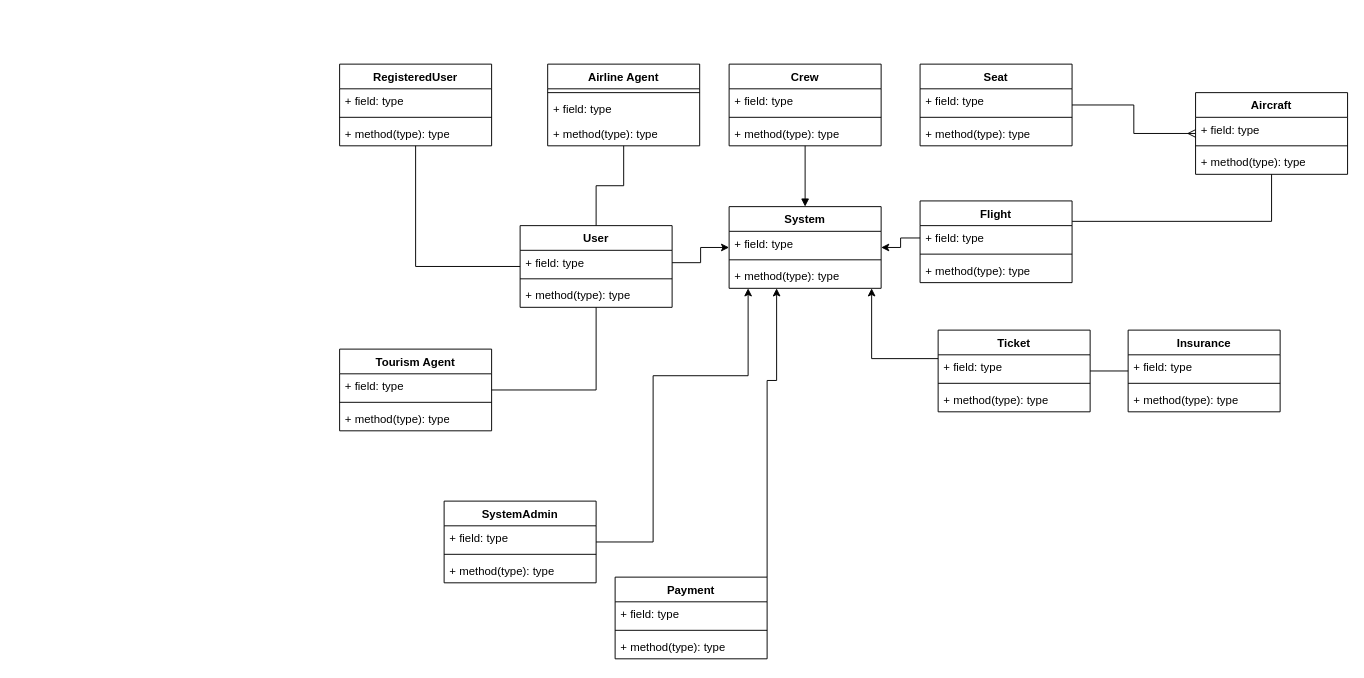
Above: Diagrams/ConceptualModel.drawio in jsugimoto99/ENSF-614---Group-12 (draw.io), before the change. Source tidied: cells renumbered, new cells numbered last; positions are measured from the earlier drawing's top-left corner, leaving out a move shared by most shapes. Both pictures are drawn from the tidied source at 95%, with x=0, y=0 at pixel (339, 64).
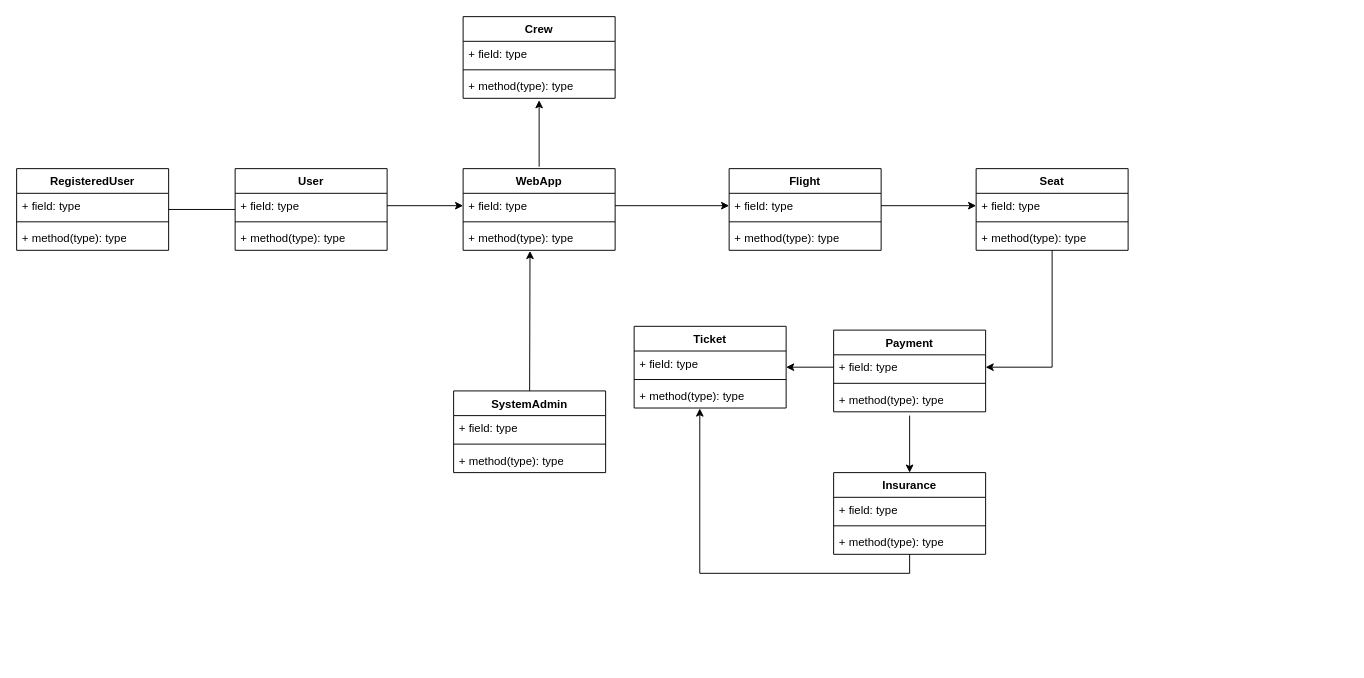
After the change.

Commit message:
Updated conceptual model

The change refers to these unchanged cells:
```xml
<mxCell id="4" value="+ field: type" style="text;strokeColor=none;fillColor=none;align=left;verticalAlign=top;spacingLeft=4;spacingRight=4;overflow=hidden;points=[[0,0.5],[1,0.5]];portConstraint=eastwest;whiteSpace=wrap;html=1;" parent="3" vertex="1">
  <mxGeometry y="26" width="160" height="26" as="geometry" />
</mxCell>
<mxCell id="13" value="+ field: type" style="text;strokeColor=none;fillColor=none;align=left;verticalAlign=top;spacingLeft=4;spacingRight=4;overflow=hidden;points=[[0,0.5],[1,0.5]];portConstraint=eastwest;whiteSpace=wrap;html=1;" parent="12" vertex="1">
  <mxGeometry y="26" width="160" height="26" as="geometry" />
</mxCell>
<mxCell id="18" value="+ field: type" style="text;strokeColor=none;fillColor=none;align=left;verticalAlign=top;spacingLeft=4;spacingRight=4;overflow=hidden;points=[[0,0.5],[1,0.5]];portConstraint=eastwest;whiteSpace=wrap;html=1;" parent="17" vertex="1">
  <mxGeometry y="26" width="160" height="26" as="geometry" />
</mxCell>
<mxCell id="40" value="+ method(type): type" style="text;strokeColor=none;fillColor=none;align=left;verticalAlign=top;spacingLeft=4;spacingRight=4;overflow=hidden;points=[[0,0.5],[1,0.5]];portConstraint=eastwest;whiteSpace=wrap;html=1;" parent="37" vertex="1">
  <mxGeometry y="60" width="160" height="26" as="geometry" />
</mxCell>
<mxCell id="63" value="+ field: type" style="text;strokeColor=none;fillColor=none;align=left;verticalAlign=top;spacingLeft=4;spacingRight=4;overflow=hidden;points=[[0,0.5],[1,0.5]];portConstraint=eastwest;whiteSpace=wrap;html=1;" parent="62" vertex="1">
  <mxGeometry y="26" width="160" height="26" as="geometry" />
</mxCell>
```

Diff of the diagram source:
```diff
@@
-    <mxCell id="2" style="edgeStyle=orthogonalEdgeStyle;rounded=0;jettySize=auto;html=1;endArrow=none;endFill=0;" parent="1" edge="1" source="3" target="51">
-      <mxGeometry relative="1" as="geometry" />
-    </mxCell>
     <mxCell id="3" value="User" style="swimlane;fontStyle=1;align=center;verticalAlign=top;horizontal=1;startSize=26;whiteSpace=wrap;html=1;" parent="1" vertex="1">
-      <mxGeometry x="190" y="170" width="160" height="86" as="geometry" />
+      <mxGeometry x="-110" y="110" width="160" height="86" as="geometry" />
     </mxCell>
@@
     <mxCell id="7" style="edgeStyle=orthogonalEdgeStyle;rounded=0;jettySize=auto;html=1;endArrow=none;endFill=0;" parent="1" edge="1" source="8" target="3">
       <mxGeometry relative="1" as="geometry">
         <Array as="points">
-          <mxPoint x="80" y="213" />
+          <mxPoint x="-220" y="153" />
         </Array>
       </mxGeometry>
     </mxCell>
     <mxCell id="8" value="RegisteredUser" style="swimlane;fontStyle=1;align=center;verticalAlign=top;horizontal=1;startSize=26;whiteSpace=wrap;html=1;" parent="1" vertex="1">
-      <mxGeometry width="160" height="86" as="geometry" />
+      <mxGeometry x="-340" y="110" width="160" height="86" as="geometry" />
     </mxCell>
@@
+    <mxCell id="66" style="edgeStyle=orthogonalEdgeStyle;rounded=0;jettySize=auto;html=1;entryX=1;entryY=0.5;entryDx=0;entryDy=0;" parent="1" edge="1" target="63">
+      <mxGeometry relative="1" as="geometry">
+        <mxPoint x="750" y="196" as="sourcePoint" />
+        <Array as="points">
+          <mxPoint x="750" y="319" />
+        </Array>
+      </mxGeometry>
+    </mxCell>
     <mxCell id="12" value="Seat" style="swimlane;fontStyle=1;align=center;verticalAlign=top;horizontal=1;startSize=26;whiteSpace=wrap;html=1;" parent="1" vertex="1">
-      <mxGeometry x="611" width="160" height="86" as="geometry" />
+      <mxGeometry x="670" y="110" width="160" height="86" as="geometry" />
     </mxCell>
@@
-    <mxCell id="16" style="edgeStyle=orthogonalEdgeStyle;rounded=0;jettySize=auto;html=1;exitX=1;exitY=0.25;exitDx=0;exitDy=0;endArrow=none;endFill=0;" parent="1" edge="1" source="17" target="42">
-      <mxGeometry relative="1" as="geometry" />
-    </mxCell>
     <mxCell id="17" value="Flight" style="swimlane;fontStyle=1;align=center;verticalAlign=top;horizontal=1;startSize=26;whiteSpace=wrap;html=1;" parent="1" vertex="1">
-      <mxGeometry x="611" y="144" width="160" height="86" as="geometry" />
+      <mxGeometry x="410" y="110" width="160" height="86" as="geometry" />
     </mxCell>
@@
+    <mxCell id="31" value="SystemAdmin" style="swimlane;fontStyle=1;align=center;verticalAlign=top;horizontal=1;startSize=26;whiteSpace=wrap;html=1;" parent="1" vertex="1">
+      <mxGeometry x="120" y="344" width="160" height="86" as="geometry" />
+    </mxCell>
+    <mxCell id="32" value="+ field: type" style="text;strokeColor=none;fillColor=none;align=left;verticalAlign=top;spacingLeft=4;spacingRight=4;overflow=hidden;whiteSpace=wrap;html=1;" parent="31" vertex="1">
+      <mxGeometry y="26" width="160" height="26" as="geometry" />
+    </mxCell>
+    <mxCell id="33" style="line;strokeWidth=1;fillColor=none;align=left;verticalAlign=middle;spacingTop=-1;spacingLeft=3;spacingRight=3;labelPosition=right;strokeColor=inherit;" parent="31" vertex="1">
+      <mxGeometry y="52" width="160" height="8" as="geometry" />
+    </mxCell>
+    <mxCell id="34" value="+ method(type): type" style="text;strokeColor=none;fillColor=none;align=left;verticalAlign=top;spacingLeft=4;spacingRight=4;overflow=hidden;whiteSpace=wrap;html=1;" parent="31" vertex="1">
+      <mxGeometry y="60" width="160" height="26" as="geometry" />
+    </mxCell>
+    <mxCell id="67" style="edgeStyle=orthogonalEdgeStyle;rounded=0;jettySize=auto;html=1;exitX=0.5;exitY=1;exitDx=0;exitDy=0;entryX=0.432;entryY=1.02;entryDx=0;entryDy=0;entryPerimeter=0;" parent="1" edge="1" source="21" target="40">
+      <mxGeometry relative="1" as="geometry" />
+    </mxCell>
     <mxCell id="21" value="Insurance" style="swimlane;fontStyle=1;align=center;verticalAlign=top;horizontal=1;startSize=26;whiteSpace=wrap;html=1;" parent="1" vertex="1">
-      <mxGeometry x="830" y="280" width="160" height="86" as="geometry" />
+      <mxGeometry x="520" y="430" width="160" height="86" as="geometry" />
     </mxCell>
@@
-    <mxCell id="25" style="edgeStyle=orthogonalEdgeStyle;rounded=0;jettySize=auto;html=1;endArrow=none;endFill=0;" parent="1" edge="1" source="26" target="3">
-      <mxGeometry relative="1" as="geometry" />
-    </mxCell>
-    <mxCell id="26" value="Tourism Agent" style="swimlane;fontStyle=1;align=center;verticalAlign=top;horizontal=1;startSize=26;whiteSpace=wrap;html=1;" parent="1" vertex="1">
-      <mxGeometry y="300" width="160" height="86" as="geometry" />
-    </mxCell>
-    <mxCell id="27" value="+ field: type" style="text;strokeColor=none;fillColor=none;align=left;verticalAlign=top;spacingLeft=4;spacingRight=4;overflow=hidden;whiteSpace=wrap;html=1;" parent="26" vertex="1">
-      <mxGeometry y="26" width="160" height="26" as="geometry" />
-    </mxCell>
-    <mxCell id="28" style="line;strokeWidth=1;fillColor=none;align=left;verticalAlign=middle;spacingTop=-1;spacingLeft=3;spacingRight=3;labelPosition=right;strokeColor=inherit;" parent="26" vertex="1">
-      <mxGeometry y="52" width="160" height="8" as="geometry" />
-    </mxCell>
-    <mxCell id="29" value="+ method(type): type" style="text;strokeColor=none;fillColor=none;align=left;verticalAlign=top;spacingLeft=4;spacingRight=4;overflow=hidden;whiteSpace=wrap;html=1;" parent="26" vertex="1">
-      <mxGeometry y="60" width="160" height="26" as="geometry" />
-    </mxCell>
-    <mxCell id="30" style="edgeStyle=orthogonalEdgeStyle;rounded=0;jettySize=auto;html=1;" parent="1" edge="1" source="31" target="55">
-      <mxGeometry relative="1" as="geometry">
-        <Array as="points">
-          <mxPoint x="330" y="328" />
-          <mxPoint x="430" y="328" />
-        </Array>
-      </mxGeometry>
-    </mxCell>
-    <mxCell id="31" value="SystemAdmin" style="swimlane;fontStyle=1;align=center;verticalAlign=top;horizontal=1;startSize=26;whiteSpace=wrap;html=1;" parent="1" vertex="1">
-      <mxGeometry x="110" y="460" width="160" height="86" as="geometry" />
-    </mxCell>
-    <mxCell id="32" value="+ field: type" style="text;strokeColor=none;fillColor=none;align=left;verticalAlign=top;spacingLeft=4;spacingRight=4;overflow=hidden;whiteSpace=wrap;html=1;" parent="31" vertex="1">
-      <mxGeometry y="26" width="160" height="26" as="geometry" />
-    </mxCell>
-    <mxCell id="33" style="line;strokeWidth=1;fillColor=none;align=left;verticalAlign=middle;spacingTop=-1;spacingLeft=3;spacingRight=3;labelPosition=right;strokeColor=inherit;" parent="31" vertex="1">
-      <mxGeometry y="52" width="160" height="8" as="geometry" />
-    </mxCell>
-    <mxCell id="34" value="+ method(type): type" style="text;strokeColor=none;fillColor=none;align=left;verticalAlign=top;spacingLeft=4;spacingRight=4;overflow=hidden;whiteSpace=wrap;html=1;" parent="31" vertex="1">
-      <mxGeometry y="60" width="160" height="26" as="geometry" />
-    </mxCell>
-    <mxCell id="35" style="edgeStyle=orthogonalEdgeStyle;rounded=0;jettySize=auto;html=1;endArrow=none;endFill=0;" parent="1" edge="1" source="37" target="21">
-      <mxGeometry relative="1" as="geometry" />
-    </mxCell>
-    <mxCell id="36" style="edgeStyle=orthogonalEdgeStyle;rounded=0;jettySize=auto;html=1;" parent="1" edge="1" source="37" target="55">
-      <mxGeometry relative="1" as="geometry">
-        <Array as="points">
-          <mxPoint x="560" y="310" />
-        </Array>
-      </mxGeometry>
-    </mxCell>
     <mxCell id="37" value="Ticket" style="swimlane;fontStyle=1;align=center;verticalAlign=top;horizontal=1;startSize=26;whiteSpace=wrap;html=1;" parent="1" vertex="1">
-      <mxGeometry x="630" y="280" width="160" height="86" as="geometry" />
+      <mxGeometry x="310" y="276" width="160" height="86" as="geometry" />
     </mxCell>
@@
-    <mxCell id="41" style="edgeStyle=orthogonalEdgeStyle;rounded=0;jettySize=auto;html=1;endArrow=none;endFill=0;startArrow=ERmany;startFill=0;" parent="1" edge="1" source="42" target="12">
-      <mxGeometry relative="1" as="geometry" />
-    </mxCell>
-    <mxCell id="42" value="Aircraft" style="swimlane;fontStyle=1;align=center;verticalAlign=top;horizontal=1;startSize=26;whiteSpace=wrap;html=1;" parent="1" vertex="1">
-      <mxGeometry x="901" y="30" width="160" height="86" as="geometry" />
-    </mxCell>
-    <mxCell id="43" value="+ field: type" style="text;strokeColor=none;fillColor=none;align=left;verticalAlign=top;spacingLeft=4;spacingRight=4;overflow=hidden;whiteSpace=wrap;html=1;" parent="42" vertex="1">
-      <mxGeometry y="26" width="160" height="26" as="geometry" />
-    </mxCell>
-    <mxCell id="44" style="line;strokeWidth=1;fillColor=none;align=left;verticalAlign=middle;spacingTop=-1;spacingLeft=3;spacingRight=3;labelPosition=right;strokeColor=inherit;" parent="42" vertex="1">
-      <mxGeometry y="52" width="160" height="8" as="geometry" />
-    </mxCell>
-    <mxCell id="45" value="+ method(type): type" style="text;strokeColor=none;fillColor=none;align=left;verticalAlign=top;spacingLeft=4;spacingRight=4;overflow=hidden;whiteSpace=wrap;html=1;" parent="42" vertex="1">
-      <mxGeometry y="60" width="160" height="26" as="geometry" />
-    </mxCell>
-    <mxCell id="46" style="edgeStyle=orthogonalEdgeStyle;rounded=0;jettySize=auto;html=1;endArrow=block;endFill=1;" parent="1" edge="1" source="47" target="55">
-      <mxGeometry relative="1" as="geometry" />
-    </mxCell>
+    <mxCell id="68" style="edgeStyle=orthogonalEdgeStyle;rounded=0;orthogonalLoop=1;jettySize=auto;html=1;" parent="1" edge="1">
+      <mxGeometry relative="1" as="geometry">
+        <mxPoint x="210" y="108" as="sourcePoint" />
+        <mxPoint x="210" y="38" as="targetPoint" />
+      </mxGeometry>
+    </mxCell>
     <mxCell id="47" value="Crew" style="swimlane;fontStyle=1;align=center;verticalAlign=top;horizontal=1;startSize=26;whiteSpace=wrap;html=1;" parent="1" vertex="1">
-      <mxGeometry x="410" width="160" height="86" as="geometry" />
+      <mxGeometry x="130" y="-50" width="160" height="86" as="geometry" />
     </mxCell>
@@
-    <mxCell id="51" value="Airline Agent" style="swimlane;fontStyle=1;align=center;verticalAlign=top;horizontal=1;startSize=26;whiteSpace=wrap;html=1;" parent="1" vertex="1">
-      <mxGeometry x="219" width="160" height="86" as="geometry" />
-    </mxCell>
-    <mxCell id="52" style="line;strokeWidth=1;fillColor=none;align=left;verticalAlign=middle;spacingTop=-1;spacingLeft=3;spacingRight=3;labelPosition=right;strokeColor=inherit;" parent="51" vertex="1">
-      <mxGeometry y="26" width="160" height="8" as="geometry" />
-    </mxCell>
-    <mxCell id="53" value="+ field: type" style="text;strokeColor=none;fillColor=none;align=left;verticalAlign=top;spacingLeft=4;spacingRight=4;overflow=hidden;whiteSpace=wrap;html=1;" parent="51" vertex="1">
-      <mxGeometry y="34" width="160" height="26" as="geometry" />
-    </mxCell>
-    <mxCell id="54" value="+ method(type): type" style="text;strokeColor=none;fillColor=none;align=left;verticalAlign=top;spacingLeft=4;spacingRight=4;overflow=hidden;whiteSpace=wrap;html=1;" parent="51" vertex="1">
-      <mxGeometry y="60" width="160" height="26" as="geometry" />
-    </mxCell>
-    <mxCell id="55" value="System" style="swimlane;fontStyle=1;align=center;verticalAlign=top;horizontal=1;startSize=26;whiteSpace=wrap;html=1;" parent="1" vertex="1">
-      <mxGeometry x="410" y="150" width="160" height="86" as="geometry" />
-    </mxCell>
-    <mxCell id="56" value="+ field: type" style="text;strokeColor=none;fillColor=none;align=left;verticalAlign=top;spacingLeft=4;spacingRight=4;overflow=hidden;whiteSpace=wrap;html=1;" parent="55" vertex="1">
-      <mxGeometry y="26" width="160" height="26" as="geometry" />
-    </mxCell>
-    <mxCell id="57" style="line;strokeWidth=1;fillColor=none;align=left;verticalAlign=middle;spacingTop=-1;spacingLeft=3;spacingRight=3;labelPosition=right;strokeColor=inherit;" parent="55" vertex="1">
-      <mxGeometry y="52" width="160" height="8" as="geometry" />
-    </mxCell>
-    <mxCell id="58" value="+ method(type): type" style="text;strokeColor=none;fillColor=none;align=left;verticalAlign=top;spacingLeft=4;spacingRight=4;overflow=hidden;whiteSpace=wrap;html=1;" parent="55" vertex="1">
-      <mxGeometry y="60" width="160" height="26" as="geometry" />
-    </mxCell>
-    <mxCell id="59" style="edgeStyle=orthogonalEdgeStyle;rounded=0;jettySize=auto;html=1;" parent="1" edge="1" source="18" target="55">
-      <mxGeometry relative="1" as="geometry" />
-    </mxCell>
-    <mxCell id="60" style="edgeStyle=orthogonalEdgeStyle;rounded=0;jettySize=auto;html=1;" parent="1" edge="1" source="4" target="55">
-      <mxGeometry relative="1" as="geometry" />
-    </mxCell>
-    <mxCell id="61" style="edgeStyle=orthogonalEdgeStyle;rounded=0;jettySize=auto;html=1;" parent="1" edge="1" source="62" target="55">
-      <mxGeometry relative="1" as="geometry">
-        <Array as="points">
-          <mxPoint x="450" y="333" />
-          <mxPoint x="460" y="333" />
-        </Array>
-      </mxGeometry>
-    </mxCell>
-    <mxCell id="62" value="Payment" style="swimlane;fontStyle=1;align=center;verticalAlign=top;horizontal=1;startSize=26;whiteSpace=wrap;html=1;" parent="1" vertex="1">
-      <mxGeometry x="290" y="540" width="160" height="86" as="geometry" />
+    <mxCell id="62" value="Payment" style="swimlane;fontStyle=1;align=center;verticalAlign=top;horizontal=1;startSize=26;whiteSpace=wrap;html=1;points=[[0,0,0,0,0],[0,0.25,0,0,0],[0,0.5,0,0,0],[0,0.75,0,0,0],[0,1,0,0,0],[0.25,0,0,0,0],[0.25,1,0,0,0],[0.5,0,0,0,0],[0.5,1,0,0,0],[0.75,0,0,0,0],[0.75,1,0,0,0],[1,0,0,0,0],[1,0.25,0,0,0],[1,0.5,0,0,0],[1,0.75,0,0,0],[1,1,0,0,0]];" parent="1" vertex="1">
+      <mxGeometry x="520" y="280" width="160" height="86" as="geometry" />
     </mxCell>
@@
+    <mxCell id="69" value="WebApp" style="swimlane;fontStyle=1;align=center;verticalAlign=top;horizontal=1;startSize=26;whiteSpace=wrap;html=1;" parent="1" vertex="1">
+      <mxGeometry x="130" y="110" width="160" height="86" as="geometry" />
+    </mxCell>
+    <mxCell id="70" value="+ field: type" style="text;strokeColor=none;fillColor=none;align=left;verticalAlign=top;spacingLeft=4;spacingRight=4;overflow=hidden;points=[[0,0.5],[1,0.5]];portConstraint=eastwest;whiteSpace=wrap;html=1;" parent="69" vertex="1">
+      <mxGeometry y="26" width="160" height="26" as="geometry" />
+    </mxCell>
+    <mxCell id="71" style="line;strokeWidth=1;fillColor=none;align=left;verticalAlign=middle;spacingTop=-1;spacingLeft=3;spacingRight=3;labelPosition=right;strokeColor=inherit;" parent="69" vertex="1">
+      <mxGeometry y="52" width="160" height="8" as="geometry" />
+    </mxCell>
+    <mxCell id="72" value="+ method(type): type" style="text;strokeColor=none;fillColor=none;align=left;verticalAlign=top;spacingLeft=4;spacingRight=4;overflow=hidden;points=[[0,0.5],[1,0.5]];portConstraint=eastwest;whiteSpace=wrap;html=1;" parent="69" vertex="1">
+      <mxGeometry y="60" width="160" height="26" as="geometry" />
+    </mxCell>
+    <mxCell id="73" style="edgeStyle=orthogonalEdgeStyle;rounded=0;jettySize=auto;html=1;entryX=0;entryY=0.5;entryDx=0;entryDy=0;" parent="1" edge="1" source="4" target="70">
+      <mxGeometry relative="1" as="geometry" />
+    </mxCell>
+    <mxCell id="74" style="endArrow=classic;html=1;rounded=0;entryX=0.44;entryY=1.026;entryDx=0;entryDy=0;entryPerimeter=0;exitX=0.5;exitY=0;exitDx=0;exitDy=0;" parent="1" edge="1" source="31" target="72">
+      <mxGeometry relative="1" as="geometry" />
+    </mxCell>
+    <mxCell id="75" style="edgeStyle=orthogonalEdgeStyle;rounded=0;jettySize=auto;html=1;exitX=1;exitY=0.5;exitDx=0;exitDy=0;entryX=0;entryY=0.5;entryDx=0;entryDy=0;" parent="1" edge="1" source="70" target="18">
+      <mxGeometry relative="1" as="geometry" />
+    </mxCell>
+    <mxCell id="76" style="edgeStyle=orthogonalEdgeStyle;rounded=0;jettySize=auto;html=1;exitX=1;exitY=0.5;exitDx=0;exitDy=0;entryX=0;entryY=0.5;entryDx=0;entryDy=0;" parent="1" edge="1" source="18" target="13">
+      <mxGeometry relative="1" as="geometry" />
+    </mxCell>
+    <mxCell id="77" style="edgeStyle=orthogonalEdgeStyle;rounded=0;jettySize=auto;html=1;exitX=0;exitY=0.5;exitDx=0;exitDy=0;entryX=1;entryY=0.5;entryDx=0;entryDy=0;" parent="1" edge="1" source="63" target="37">
+      <mxGeometry relative="1" as="geometry" />
+    </mxCell>
+    <mxCell id="78" style="endArrow=classic;html=1;rounded=0;" parent="1" edge="1">
+      <mxGeometry relative="1" as="geometry">
+        <mxPoint x="600" y="370" as="sourcePoint" />
+        <mxPoint x="600" y="430" as="targetPoint" />
+      </mxGeometry>
+    </mxCell>
```
